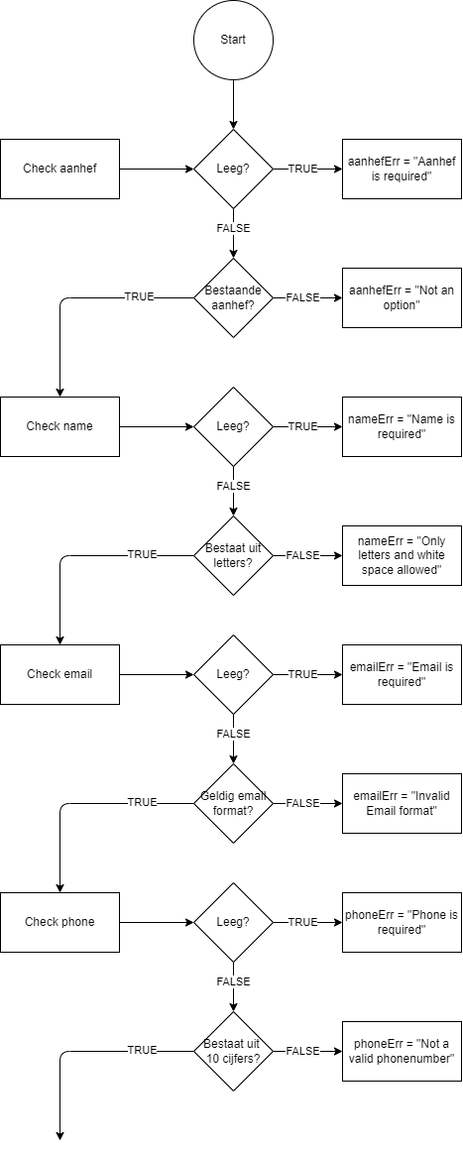
Dabra720/educom-webshop-oop keeps this draw.io diagram as Diagrams/validate_contact.drawio.png. Above is the earlier version. Source tidied: cells renumbered, new cells last; positions are measured from the earlier drawing's top-left corner, leaving out a move shared by most shapes.
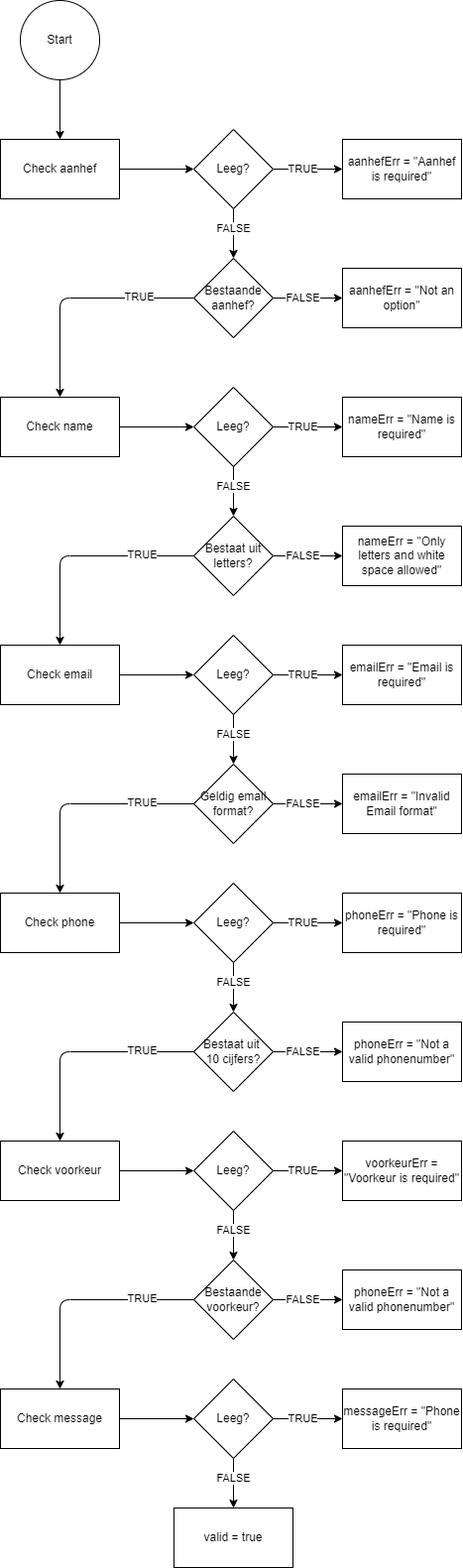
Above is the later version.

Commit message:
Issue #7 Diagrammen

Change to the diagram source:
```diff
@@ -2,11 +2,11 @@
   <root>
     <mxCell id="0" />
     <mxCell id="1" parent="0" />
-    <mxCell id="2" style="edgeStyle=none;html=1;entryX=0.5;entryY=0;entryDx=0;entryDy=0;" parent="1" edge="1" source="3" target="9">
+    <mxCell id="2" style="edgeStyle=none;html=1;entryX=0.5;entryY=0;entryDx=0;entryDy=0;" parent="1" edge="1" source="3" target="17">
       <mxGeometry relative="1" as="geometry" />
     </mxCell>
     <mxCell id="3" value="Start" style="ellipse;whiteSpace=wrap;html=1;" parent="1" vertex="1">
-      <mxGeometry x="195" width="80" height="80" as="geometry" />
+      <mxGeometry x="20" width="80" height="80" as="geometry" />
     </mxCell>
     <mxCell id="4" style="edgeStyle=none;html=1;entryX=0;entryY=0.5;entryDx=0;entryDy=0;" parent="1" edge="1" target="9">
       <mxGeometry relative="1" as="geometry">
@@ -227,5 +227,95 @@
     <mxCell id="59" value="Check phone" style="rounded=0;whiteSpace=wrap;html=1;" parent="1" vertex="1">
       <mxGeometry y="900" width="120" height="60" as="geometry" />
     </mxCell>
+    <mxCell id="60" style="edgeStyle=none;html=1;entryX=0;entryY=0.5;entryDx=0;entryDy=0;" parent="1" edge="1" target="65">
+      <mxGeometry relative="1" as="geometry">
+        <mxPoint x="120" y="1180" as="sourcePoint" />
+      </mxGeometry>
+    </mxCell>
+    <mxCell id="61" style="edgeStyle=none;html=1;entryX=0;entryY=0.5;entryDx=0;entryDy=0;" parent="1" edge="1" source="65" target="66">
+      <mxGeometry relative="1" as="geometry" />
+    </mxCell>
+    <mxCell id="62" value="TRUE" style="edgeLabel;html=1;align=center;verticalAlign=middle;" parent="61" vertex="1">
+      <mxGeometry x="-0.44" relative="1" as="geometry">
+        <mxPoint x="10" as="offset" />
+      </mxGeometry>
+    </mxCell>
+    <mxCell id="63" style="edgeStyle=none;html=1;entryX=0.5;entryY=0;entryDx=0;entryDy=0;" parent="1" edge="1" source="65" target="71">
+      <mxGeometry relative="1" as="geometry" />
+    </mxCell>
+    <mxCell id="64" value="FALSE" style="edgeLabel;html=1;align=center;verticalAlign=middle;" parent="63" vertex="1">
+      <mxGeometry x="-0.49" y="1" relative="1" as="geometry">
+        <mxPoint x="-1" y="7" as="offset" />
+      </mxGeometry>
+    </mxCell>
+    <mxCell id="65" value="Leeg?" style="rhombus;whiteSpace=wrap;html=1;" parent="1" vertex="1">
+      <mxGeometry x="195" y="1140" width="80" height="80" as="geometry" />
+    </mxCell>
+    <mxCell id="66" value="voorkeurErr = &quot;Voorkeur is required&quot;" style="rounded=0;whiteSpace=wrap;html=1;" parent="1" vertex="1">
+      <mxGeometry x="345" y="1150" width="120" height="60" as="geometry" />
+    </mxCell>
+    <mxCell id="67" style="edgeStyle=none;html=1;entryX=0;entryY=0.5;entryDx=0;entryDy=0;" parent="1" edge="1" source="71" target="72">
+      <mxGeometry relative="1" as="geometry" />
+    </mxCell>
+    <mxCell id="68" value="FALSE" style="edgeLabel;html=1;align=center;verticalAlign=middle;" parent="67" vertex="1">
+      <mxGeometry x="-0.33" y="1" relative="1" as="geometry">
+        <mxPoint x="6" y="1" as="offset" />
+      </mxGeometry>
+    </mxCell>
+    <mxCell id="69" style="edgeStyle=none;html=1;entryX=0.5;entryY=0;entryDx=0;entryDy=0;" parent="1" edge="1" source="71">
+      <mxGeometry relative="1" as="geometry">
+        <mxPoint x="60" y="1400" as="targetPoint" />
+        <Array as="points">
+          <mxPoint x="60" y="1310" />
+        </Array>
+      </mxGeometry>
+    </mxCell>
+    <mxCell id="70" value="TRUE" style="edgeLabel;html=1;align=center;verticalAlign=middle;" parent="69" vertex="1">
+      <mxGeometry x="-0.53" y="-1" relative="1" as="geometry" />
+    </mxCell>
+    <mxCell id="71" value="Bestaande voorkeur?" style="rhombus;whiteSpace=wrap;html=1;" parent="1" vertex="1">
+      <mxGeometry x="195" y="1270" width="80" height="80" as="geometry" />
+    </mxCell>
+    <mxCell id="72" value="phoneErr = &quot;Not a valid phonenumber&quot;" style="rounded=0;whiteSpace=wrap;html=1;" parent="1" vertex="1">
+      <mxGeometry x="345" y="1280" width="120" height="60" as="geometry" />
+    </mxCell>
+    <mxCell id="73" value="Check voorkeur" style="rounded=0;whiteSpace=wrap;html=1;" parent="1" vertex="1">
+      <mxGeometry y="1150" width="120" height="60" as="geometry" />
+    </mxCell>
+    <mxCell id="74" style="edgeStyle=none;html=1;entryX=0;entryY=0.5;entryDx=0;entryDy=0;" parent="1" edge="1" target="79">
+      <mxGeometry relative="1" as="geometry">
+        <mxPoint x="120" y="1430" as="sourcePoint" />
+      </mxGeometry>
+    </mxCell>
+    <mxCell id="75" style="edgeStyle=none;html=1;entryX=0;entryY=0.5;entryDx=0;entryDy=0;" parent="1" edge="1" source="79" target="80">
+      <mxGeometry relative="1" as="geometry" />
+    </mxCell>
+    <mxCell id="76" value="TRUE" style="edgeLabel;html=1;align=center;verticalAlign=middle;" parent="75" vertex="1">
+      <mxGeometry x="-0.44" relative="1" as="geometry">
+        <mxPoint x="10" as="offset" />
+      </mxGeometry>
+    </mxCell>
+    <mxCell id="77" style="edgeStyle=none;html=1;entryX=0.5;entryY=0;entryDx=0;entryDy=0;" parent="1" edge="1" source="79">
+      <mxGeometry relative="1" as="geometry">
+        <mxPoint x="235" y="1520" as="targetPoint" />
+      </mxGeometry>
+    </mxCell>
+    <mxCell id="78" value="FALSE" style="edgeLabel;html=1;align=center;verticalAlign=middle;" parent="77" vertex="1">
+      <mxGeometry x="-0.49" y="1" relative="1" as="geometry">
+        <mxPoint x="-1" y="7" as="offset" />
+      </mxGeometry>
+    </mxCell>
+    <mxCell id="79" value="Leeg?" style="rhombus;whiteSpace=wrap;html=1;" parent="1" vertex="1">
+      <mxGeometry x="195" y="1390" width="80" height="80" as="geometry" />
+    </mxCell>
+    <mxCell id="80" value="messageErr = &quot;Phone is required&quot;" style="rounded=0;whiteSpace=wrap;html=1;" parent="1" vertex="1">
+      <mxGeometry x="345" y="1400" width="120" height="60" as="geometry" />
+    </mxCell>
+    <mxCell id="81" value="Check message" style="rounded=0;whiteSpace=wrap;html=1;" parent="1" vertex="1">
+      <mxGeometry y="1400" width="120" height="60" as="geometry" />
+    </mxCell>
+    <mxCell id="82" value="valid = true" style="rounded=0;whiteSpace=wrap;html=1;" parent="1" vertex="1">
+      <mxGeometry x="175" y="1520" width="120" height="60" as="geometry" />
+    </mxCell>
   </root>
 </mxGraphModel>
```
